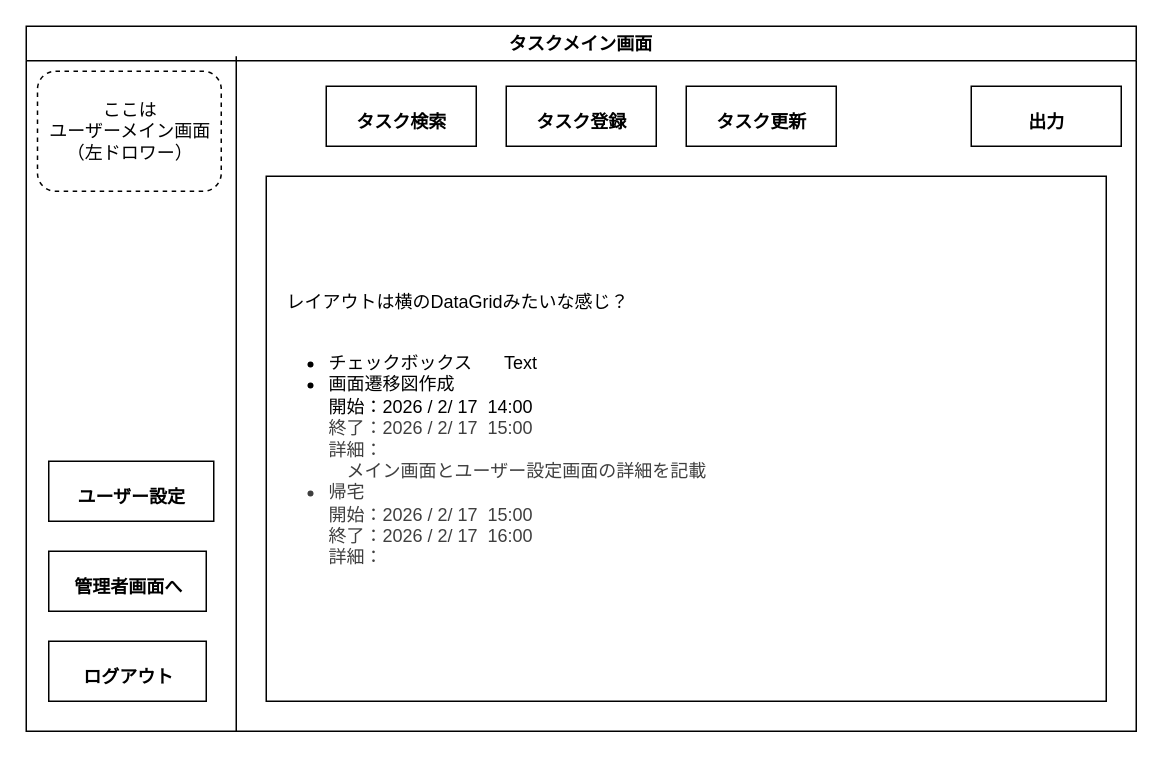
Before: doc/02_基本設計/タスクメイン画面.drawio in kamiya-daiki/SpringBoot4-Portfolio, a draw.io diagram. Source tidied: cells renumbered, new cells numbered last; positions are measured from the earlier drawing's top-left corner, leaving out a move shared by most shapes. Both pictures are drawn from the tidied source at 150%, with x=0, y=0 at pixel (26, 26).
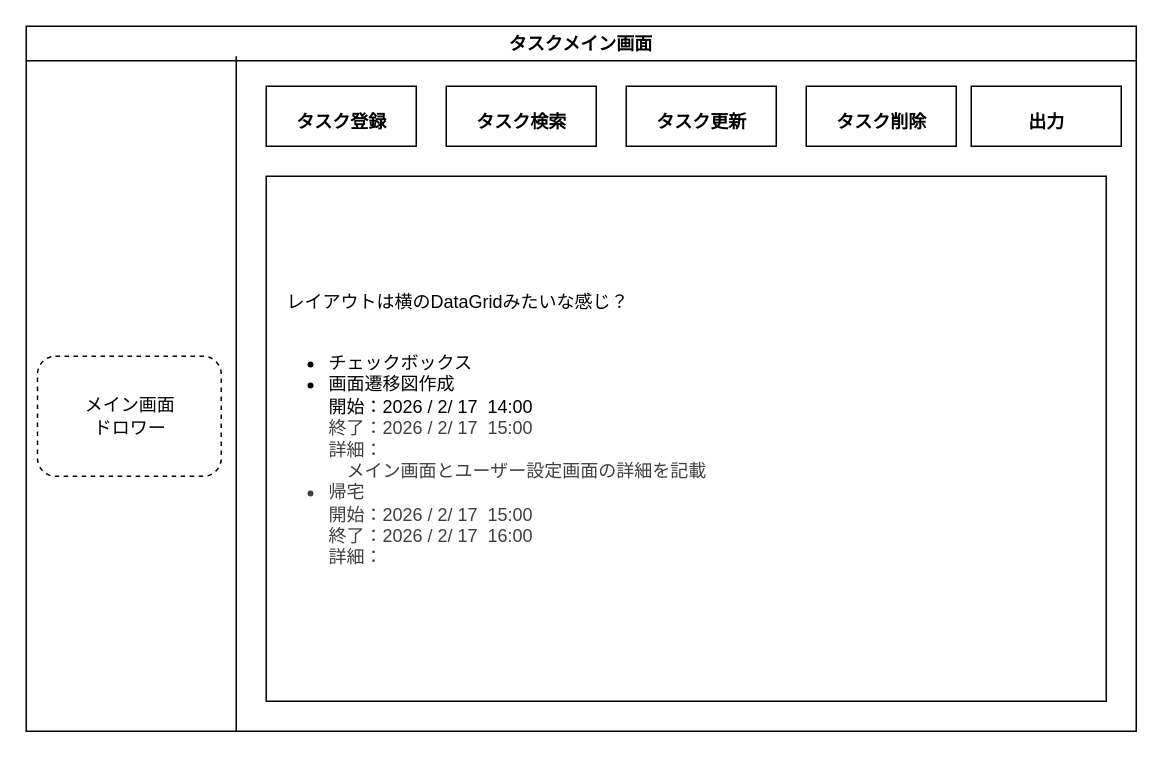
Above is the later version.

The edit, as a diff of the source:
```diff
@@
 <mxGraphModel>
   <root>
     <mxCell id="0" />
     <mxCell id="1" parent="0" />
+    <mxCell id="12" value="&lt;div&gt;　レイアウトは横のDataGridみたいな感じ？&lt;/div&gt;&lt;div&gt;&lt;br&gt;&lt;/div&gt;&lt;ul&gt;&lt;li&gt;チェックボックス&lt;/li&gt;&lt;li&gt;画面遷移図作成&lt;br&gt;開始：2026 / 2/ 17&amp;nbsp; 14:00&lt;br&gt;&lt;span style=&quot;color: rgb(63, 63, 63);&quot;&gt;終了：2026 / 2/ 17&amp;nbsp; 15:00&lt;br&gt;詳細：&lt;br&gt;　メイン画面とユーザー設定画面の詳細を記載&lt;/span&gt;&lt;/li&gt;&lt;li style=&quot;color: rgb(63, 63, 63); scrollbar-color: rgb(226, 226, 226) rgb(251, 251, 251);&quot;&gt;帰宅&lt;br style=&quot;color: rgb(63, 63, 63); scrollbar-color: rgb(226, 226, 226) rgb(251, 251, 251);&quot;&gt;開始：2026 / 2/ 17&amp;nbsp; 15:00&lt;br style=&quot;color: rgb(63, 63, 63); scrollbar-color: rgb(226, 226, 226) rgb(251, 251, 251);&quot;&gt;&lt;span style=&quot;color: rgb(63, 63, 63); scrollbar-color: rgb(226, 226, 226) rgb(251, 251, 251);&quot;&gt;終了：2026 / 2/ 17&amp;nbsp; 16:00&lt;br style=&quot;color: rgb(63, 63, 63); scrollbar-color: rgb(226, 226, 226) rgb(251, 251, 251);&quot;&gt;詳細：&lt;br&gt;&lt;/span&gt;&lt;/li&gt;&lt;/ul&gt;" style="text;strokeColor=default;fillColor=none;html=1;whiteSpace=wrap;verticalAlign=middle;overflow=hidden;" parent="1" vertex="1">
+      <mxGeometry x="160" y="100" width="560" height="350" as="geometry" />
+    </mxCell>
     <mxCell id="2" value="タスクメイン画面" style="swimlane;whiteSpace=wrap;html=1;fontColor=light-dark(#000000,#FFFFFF);" parent="1" vertex="1">
       <mxGeometry width="740" height="470" as="geometry" />
     </mxCell>
-    <mxCell id="3" value="&lt;font style=&quot;font-size: 12px; line-height: 100%;&quot;&gt;管理者画面へ&lt;/font&gt;" style="text;html=1;fontSize=24;fontStyle=1;verticalAlign=middle;align=center;strokeColor=default;" parent="2" vertex="1">
-      <mxGeometry x="15" y="350" width="105" height="40" as="geometry" />
-    </mxCell>
-    <mxCell id="4" value="&lt;font style=&quot;font-size: 12px; line-height: 100%;&quot;&gt;ログアウト&lt;/font&gt;" style="text;html=1;fontSize=24;fontStyle=1;verticalAlign=middle;align=center;strokeColor=default;" parent="2" vertex="1">
-      <mxGeometry x="15" y="410" width="105" height="40" as="geometry" />
-    </mxCell>
     <mxCell id="5" value="&lt;font style=&quot;font-size: 12px; line-height: 100%;&quot;&gt;タスク更新&lt;/font&gt;" style="text;html=1;fontSize=24;fontStyle=1;verticalAlign=middle;align=center;strokeColor=default;" parent="2" vertex="1">
-      <mxGeometry x="440" y="40" width="100" height="40" as="geometry" />
+      <mxGeometry x="400" y="40" width="100" height="40" as="geometry" />
     </mxCell>
     <mxCell id="6" value="&lt;span style=&quot;font-size: 12px;&quot;&gt;タスク検索&lt;/span&gt;" style="text;html=1;fontSize=24;fontStyle=1;verticalAlign=middle;align=center;strokeColor=default;" parent="2" vertex="1">
-      <mxGeometry x="200" y="40" width="100" height="40" as="geometry" />
+      <mxGeometry x="280" y="40" width="100" height="40" as="geometry" />
     </mxCell>
     <mxCell id="7" value="&lt;font style=&quot;font-size: 12px; line-height: 100%;&quot;&gt;出力&lt;/font&gt;" style="text;html=1;fontSize=24;fontStyle=1;verticalAlign=middle;align=center;strokeColor=default;" parent="2" vertex="1">
       <mxGeometry x="630" y="40" width="100" height="40" as="geometry" />
     </mxCell>
     <mxCell id="8" value="&lt;font style=&quot;font-size: 12px; line-height: 100%;&quot;&gt;タスク登録&lt;/font&gt;" style="text;html=1;fontSize=24;fontStyle=1;verticalAlign=middle;align=center;strokeColor=default;" parent="2" vertex="1">
-      <mxGeometry x="320" y="40" width="100" height="40" as="geometry" />
+      <mxGeometry x="160" y="40" width="100" height="40" as="geometry" />
     </mxCell>
-    <mxCell id="9" value="&lt;font style=&quot;font-size: 12px; line-height: 100%;&quot;&gt;ユーザー設定&lt;/font&gt;" style="text;html=1;fontSize=24;fontStyle=1;verticalAlign=middle;align=center;strokeColor=default;" parent="2" vertex="1">
-      <mxGeometry x="15" y="290" width="110" height="40" as="geometry" />
-    </mxCell>
     <mxCell id="10" style="endArrow=none;html=1;exitX=0.25;exitY=1;exitDx=0;exitDy=0;" parent="2" edge="1">
       <mxGeometry relative="1" as="geometry">
         <mxPoint x="140" y="470" as="sourcePoint" />
         <mxPoint x="140" y="20" as="targetPoint" />
       </mxGeometry>
     </mxCell>
-    <mxCell id="11" value="ここは&lt;span style=&quot;text-wrap-mode: nowrap;&quot;&gt;ユーザーメイン画面&lt;/span&gt;&lt;div&gt;&lt;span style=&quot;text-wrap-mode: nowrap;&quot;&gt;（左ドロワー）&lt;/span&gt;&lt;/div&gt;" style="rounded=1;whiteSpace=wrap;html=1;dashed=1;fontColor=light-dark(#000000,#FFFFFF);" parent="2" vertex="1">
-      <mxGeometry x="7.5" y="30" width="122.5" height="80" as="geometry" />
+    <mxCell id="11" value="&lt;span style=&quot;text-wrap-mode: nowrap;&quot;&gt;&lt;font style=&quot;color: light-dark(rgb(0, 0, 0), rgb(255, 255, 255));&quot;&gt;メイン画面&lt;/font&gt;&lt;/span&gt;&lt;div&gt;&lt;span style=&quot;text-wrap-mode: nowrap; background-color: transparent; color: rgb(192, 192, 192);&quot;&gt;&lt;font style=&quot;color: light-dark(rgb(0, 0, 0), rgb(255, 255, 255));&quot;&gt;ドロワー&lt;/font&gt;&lt;/span&gt;&lt;/div&gt;" style="rounded=1;whiteSpace=wrap;html=1;dashed=1;fontColor=light-dark(#000000,#FFFFFF);" parent="2" vertex="1">
+      <mxGeometry x="7.5" y="220" width="122.5" height="80" as="geometry" />
     </mxCell>
-    <mxCell id="12" value="&lt;div&gt;　レイアウトは横のDataGridみたいな感じ？&lt;/div&gt;&lt;div&gt;&lt;br&gt;&lt;/div&gt;&lt;ul&gt;&lt;li&gt;チェックボックス&lt;/li&gt;&lt;li&gt;画面遷移図作成&lt;br&gt;開始：2026 / 2/ 17&amp;nbsp; 14:00&lt;br&gt;&lt;span style=&quot;color: rgb(63, 63, 63);&quot;&gt;終了：2026 / 2/ 17&amp;nbsp; 15:00&lt;br&gt;詳細：&lt;br&gt;　メイン画面とユーザー設定画面の詳細を記載&lt;/span&gt;&lt;/li&gt;&lt;li style=&quot;color: rgb(63, 63, 63); scrollbar-color: rgb(226, 226, 226) rgb(251, 251, 251);&quot;&gt;帰宅&lt;br style=&quot;color: rgb(63, 63, 63); scrollbar-color: rgb(226, 226, 226) rgb(251, 251, 251);&quot;&gt;開始：2026 / 2/ 17&amp;nbsp; 15:00&lt;br style=&quot;color: rgb(63, 63, 63); scrollbar-color: rgb(226, 226, 226) rgb(251, 251, 251);&quot;&gt;&lt;span style=&quot;color: rgb(63, 63, 63); scrollbar-color: rgb(226, 226, 226) rgb(251, 251, 251);&quot;&gt;終了：2026 / 2/ 17&amp;nbsp; 16:00&lt;br style=&quot;color: rgb(63, 63, 63); scrollbar-color: rgb(226, 226, 226) rgb(251, 251, 251);&quot;&gt;詳細：&lt;br&gt;&lt;/span&gt;&lt;/li&gt;&lt;/ul&gt;" style="text;strokeColor=default;fillColor=none;html=1;whiteSpace=wrap;verticalAlign=middle;overflow=hidden;" parent="1" vertex="1">
-      <mxGeometry x="160" y="100" width="560" height="350" as="geometry" />
-    </mxCell>
-    <mxCell id="13" value="Text" style="text;html=1;align=center;verticalAlign=middle;whiteSpace=wrap;rounded=0;" parent="1" vertex="1">
-      <mxGeometry x="300" y="210" width="60" height="30" as="geometry" />
-    </mxCell>
+    <mxCell id="14" value="&lt;font style=&quot;font-size: 12px; line-height: 100%;&quot;&gt;タスク削除&lt;/font&gt;" style="text;html=1;fontSize=24;fontStyle=1;verticalAlign=middle;align=center;strokeColor=default;" parent="2" vertex="1">
+      <mxGeometry x="520" y="40" width="100" height="40" as="geometry" />
+    </mxCell>
   </root>
 </mxGraphModel>
```
